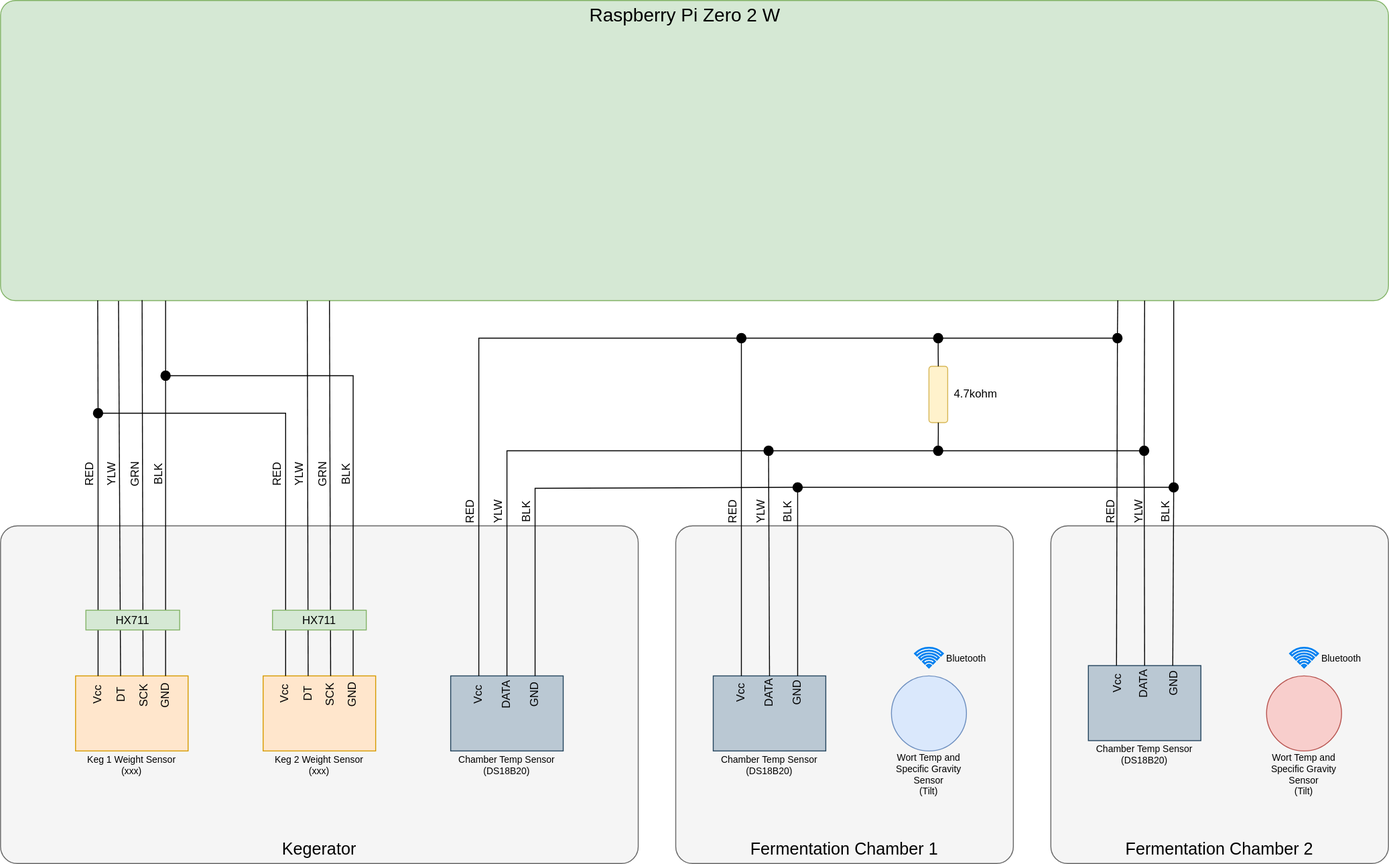
Earlier version of the draw.io export BreweryMonitor.drawio.svg (austinshinkle/OB_BreweryMonitor). Source tidied: cells renumbered, new cells last; positions are measured from the earlier drawing's top-left corner, leaving out a move shared by most shapes.
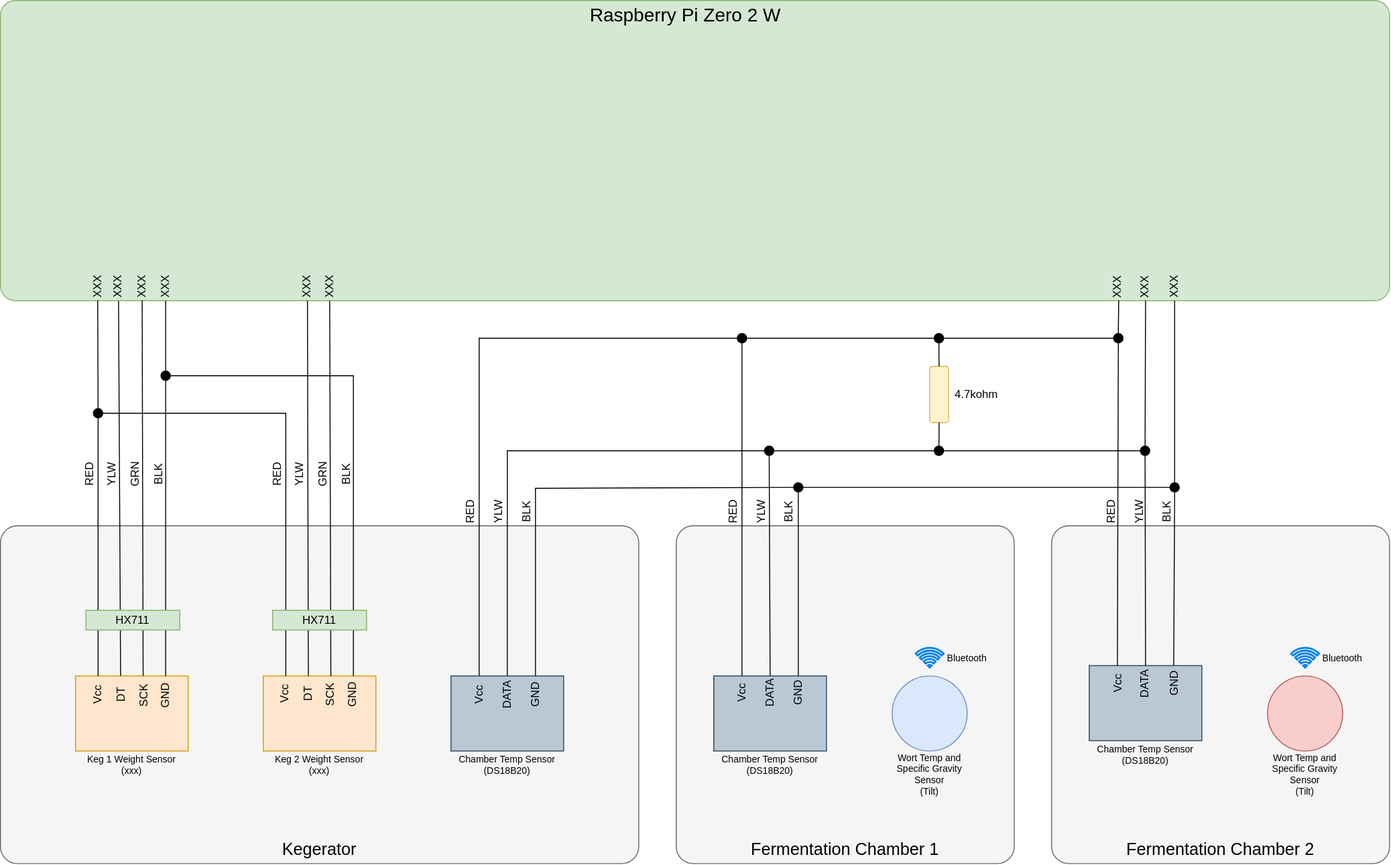
The same file after the commit.

What changed in the source:
```diff
@@ -344,5 +344,32 @@
     <mxCell id="104" value="YLW" style="text;html=1;align=center;verticalAlign=middle;whiteSpace=wrap;rounded=0;horizontal=1;rotation=-90;" parent="1" vertex="1">
       <mxGeometry x="1199" y="540" width="30" height="10" as="geometry" />
     </mxCell>
+    <mxCell id="105" value="XXX" style="text;html=1;align=center;verticalAlign=middle;whiteSpace=wrap;rounded=0;horizontal=1;rotation=-90;" parent="1" vertex="1">
+      <mxGeometry x="89" y="300" width="30" height="10" as="geometry" />
+    </mxCell>
+    <mxCell id="106" value="XXX" style="text;html=1;align=center;verticalAlign=middle;whiteSpace=wrap;rounded=0;horizontal=1;rotation=-90;" parent="1" vertex="1">
+      <mxGeometry x="110" y="300" width="30" height="10" as="geometry" />
+    </mxCell>
+    <mxCell id="107" value="XXX" style="text;html=1;align=center;verticalAlign=middle;whiteSpace=wrap;rounded=0;horizontal=1;rotation=-90;" parent="1" vertex="1">
+      <mxGeometry x="136" y="300" width="30" height="10" as="geometry" />
+    </mxCell>
+    <mxCell id="108" value="XXX" style="text;html=1;align=center;verticalAlign=middle;whiteSpace=wrap;rounded=0;horizontal=1;rotation=-90;" parent="1" vertex="1">
+      <mxGeometry x="161" y="300" width="30" height="10" as="geometry" />
+    </mxCell>
+    <mxCell id="109" value="XXX" style="text;html=1;align=center;verticalAlign=middle;whiteSpace=wrap;rounded=0;horizontal=1;rotation=-90;" parent="1" vertex="1">
+      <mxGeometry x="312" y="300" width="30" height="10" as="geometry" />
+    </mxCell>
+    <mxCell id="110" value="XXX" style="text;html=1;align=center;verticalAlign=middle;whiteSpace=wrap;rounded=0;horizontal=1;rotation=-90;" parent="1" vertex="1">
+      <mxGeometry x="336" y="300" width="30" height="10" as="geometry" />
+    </mxCell>
+    <mxCell id="111" value="XXX" style="text;html=1;align=center;verticalAlign=middle;whiteSpace=wrap;rounded=0;horizontal=1;rotation=-90;" parent="1" vertex="1">
+      <mxGeometry x="1175.5" y="300" width="30" height="10" as="geometry" />
+    </mxCell>
+    <mxCell id="112" value="XXX" style="text;html=1;align=center;verticalAlign=middle;whiteSpace=wrap;rounded=0;horizontal=1;rotation=-90;" parent="1" vertex="1">
+      <mxGeometry x="1204.5" y="300" width="30" height="10" as="geometry" />
+    </mxCell>
+    <mxCell id="113" value="XXX" style="text;html=1;align=center;verticalAlign=middle;whiteSpace=wrap;rounded=0;horizontal=1;rotation=-90;" parent="1" vertex="1">
+      <mxGeometry x="1236" y="300" width="30" height="10" as="geometry" />
+    </mxCell>
   </root>
 </mxGraphModel>
```
